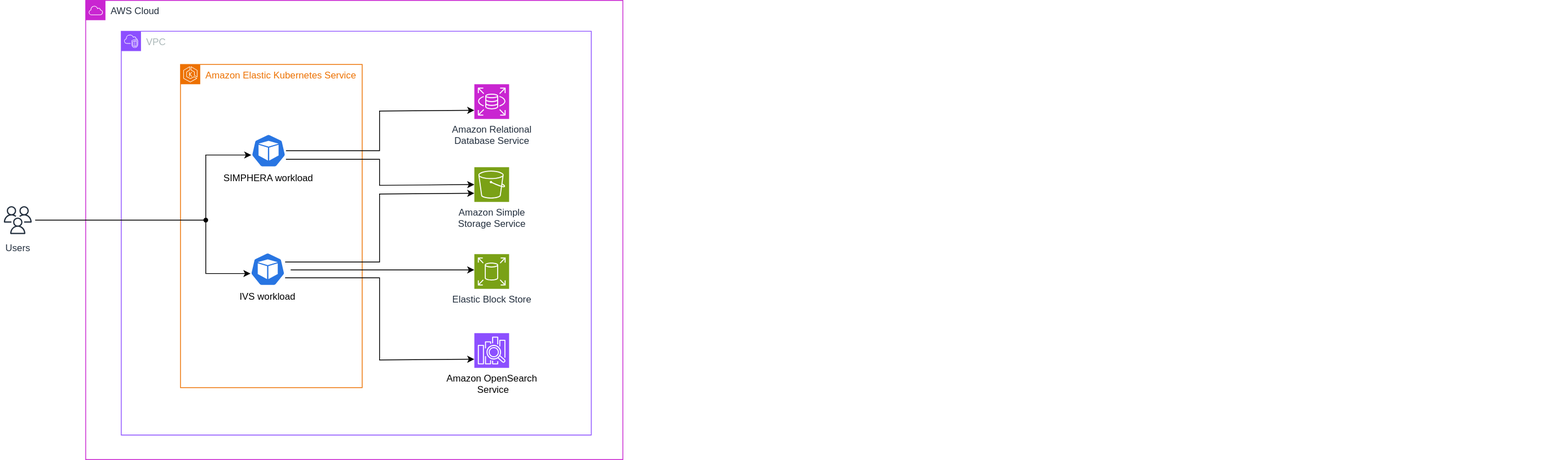
Above: AWSReferenceArchitecture.svg in dspace-group/simphera-reference-architecture-aws (draw.io), before the change. Source tidied: cells renumbered, new cells last; positions are measured from the earlier drawing's top-left corner, leaving out a move shared by most shapes.
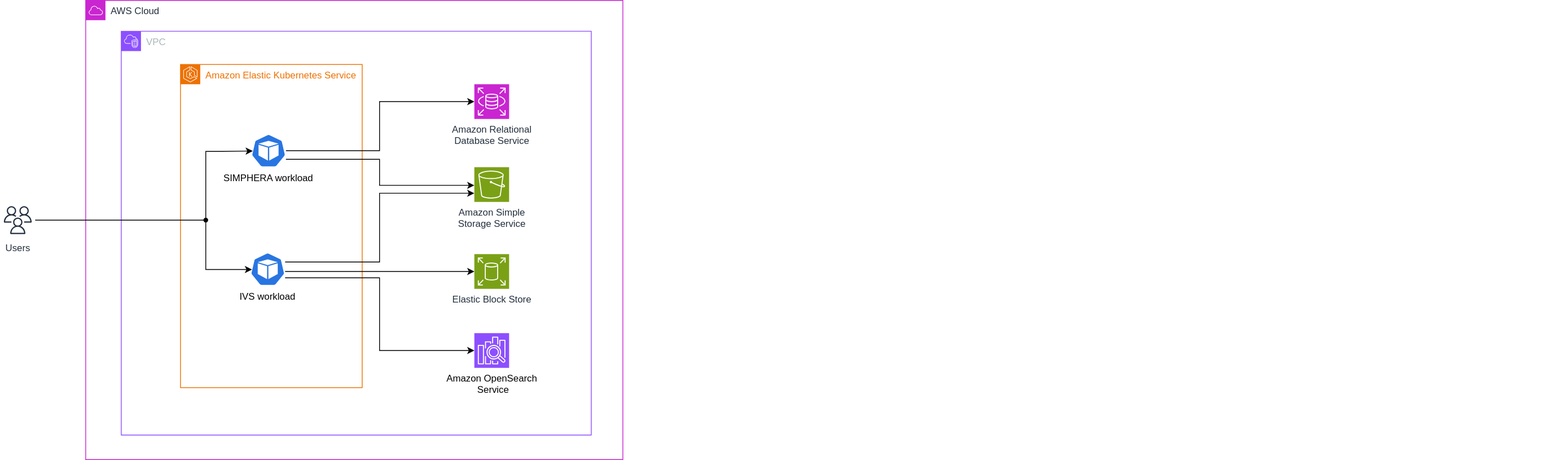
After the commit.

Diff of the diagram source:
```diff
@@ -38,40 +38,34 @@
     <mxCell id="13" value="Elastic Block Store" style="sketch=0;points=[[0,0,0],[0.25,0,0],[0.5,0,0],[0.75,0,0],[1,0,0],[0,1,0],[0.25,1,0],[0.5,1,0],[0.75,1,0],[1,1,0],[0,0.25,0],[0,0.5,0],[0,0.75,0],[1,0.25,0],[1,0.5,0],[1,0.75,0]];outlineConnect=0;fontColor=#232F3E;fillColor=#7AA116;strokeColor=#ffffff;dashed=0;verticalLabelPosition=bottom;verticalAlign=top;align=center;html=1;fontSize=12;fontStyle=0;shape=mxgraph.aws4.resourceIcon;resIcon=mxgraph.aws4.elastic_block_store;" parent="2" vertex="1">
       <mxGeometry x="492" y="321" width="44" height="44" as="geometry" />
     </mxCell>
-    <mxCell id="14" style="edgeStyle=orthogonalEdgeStyle;rounded=0;jettySize=auto;html=1;entryX=0;entryY=0.75;entryDx=0;entryDy=0;entryPerimeter=0;" parent="2" edge="1" source="12" target="9">
+    <mxCell id="14" style="edgeStyle=orthogonalEdgeStyle;rounded=0;jettySize=auto;html=1;entryX=0;entryY=0.5;entryDx=0;entryDy=0;entryPerimeter=0;" parent="2" edge="1" source="12" target="9">
       <mxGeometry relative="1" as="geometry">
         <Array as="points">
           <mxPoint x="372" y="351" />
-          <mxPoint x="372" y="455" />
+          <mxPoint x="372" y="443" />
         </Array>
       </mxGeometry>
     </mxCell>
-    <mxCell id="15" style="edgeStyle=orthogonalEdgeStyle;rounded=0;orthogonalLoop=1;jettySize=auto;html=1;entryX=0;entryY=0.5;entryDx=0;entryDy=0;entryPerimeter=0;" parent="2" edge="1">
-      <mxGeometry relative="1" as="geometry">
-        <mxPoint x="259.5" y="341" as="sourcePoint" />
-        <mxPoint x="492" y="341" as="targetPoint" />
-      </mxGeometry>
-    </mxCell>
-    <mxCell id="16" style="edgeStyle=orthogonalEdgeStyle;rounded=0;jettySize=auto;html=1;entryX=0;entryY=0.75;entryDx=0;entryDy=0;entryPerimeter=0;" parent="2" edge="1" source="12" target="8">
+    <mxCell id="16" style="edgeStyle=orthogonalEdgeStyle;rounded=0;jettySize=auto;html=1;" parent="2" edge="1" source="12" target="8">
       <mxGeometry relative="1" as="geometry">
         <Array as="points">
           <mxPoint x="372" y="331" />
-          <mxPoint x="372" y="245" />
+          <mxPoint x="372" y="244" />
         </Array>
       </mxGeometry>
     </mxCell>
     <mxCell id="17" style="shape=waypoint;sketch=0;fillStyle=solid;size=6;points=[];fillColor=none;perimeter=centerPerimeter;snapToPoint=1;" parent="2" vertex="1">
       <mxGeometry x="142" y="268" width="20" height="20" as="geometry" />
     </mxCell>
-    <mxCell id="18" style="edgeStyle=orthogonalEdgeStyle;rounded=0;jettySize=auto;html=1;entryX=0;entryY=0.75;entryDx=0;entryDy=0;entryPerimeter=0;" parent="2" edge="1" source="11" target="10">
+    <mxCell id="18" style="edgeStyle=orthogonalEdgeStyle;rounded=0;jettySize=auto;html=1;entryX=0;entryY=0.5;entryDx=0;entryDy=0;entryPerimeter=0;" parent="2" edge="1" source="11" target="10">
       <mxGeometry relative="1" as="geometry">
         <Array as="points">
-          <mxPoint x="372" y="191" />
-          <mxPoint x="372" y="140" />
+          <mxPoint x="372" y="190" />
+          <mxPoint x="372" y="128" />
         </Array>
       </mxGeometry>
     </mxCell>
-    <mxCell id="19" style="edgeStyle=orthogonalEdgeStyle;rounded=0;jettySize=auto;html=1;entryX=0;entryY=0.5;entryDx=0;entryDy=0;entryPerimeter=0;" parent="2" edge="1" source="11" target="8">
+    <mxCell id="19" style="edgeStyle=orthogonalEdgeStyle;rounded=0;jettySize=auto;html=1;" parent="2" edge="1" source="11" target="8">
       <mxGeometry relative="1" as="geometry">
         <Array as="points">
           <mxPoint x="372" y="201" />
@@ -79,20 +73,29 @@
         </Array>
       </mxGeometry>
     </mxCell>
-    <mxCell id="20" style="edgeStyle=orthogonalEdgeStyle;rounded=0;jettySize=auto;html=1;entryX=0.005;entryY=0.63;entryDx=0;entryDy=0;entryPerimeter=0;" parent="2" edge="1" source="17" target="12">
+    <mxCell id="20" style="edgeStyle=orthogonalEdgeStyle;rounded=0;jettySize=auto;html=1;entryX=0.047;entryY=0.509;entryDx=0;entryDy=0;entryPerimeter=0;" parent="2" edge="1" source="17" target="12">
       <mxGeometry relative="1" as="geometry">
         <Array as="points">
-          <mxPoint x="152" y="346" />
+          <mxPoint x="152" y="341" />
         </Array>
       </mxGeometry>
     </mxCell>
-    <mxCell id="21" style="edgeStyle=orthogonalEdgeStyle;rounded=0;jettySize=auto;html=1;entryX=0.005;entryY=0.63;entryDx=0;entryDy=0;entryPerimeter=0;" parent="2" edge="1" source="17" target="11">
+    <mxCell id="21" style="edgeStyle=orthogonalEdgeStyle;rounded=0;jettySize=auto;html=1;entryX=0.046;entryY=0.509;entryDx=0;entryDy=0;entryPerimeter=0;" parent="2" edge="1" source="17" target="11">
       <mxGeometry relative="1" as="geometry">
         <Array as="points">
-          <mxPoint x="152" y="196" />
+          <mxPoint x="152" y="191" />
+          <mxPoint x="172" y="191" />
         </Array>
       </mxGeometry>
     </mxCell>
+    <mxCell id="24" style="edgeStyle=orthogonalEdgeStyle;rounded=0;jettySize=auto;html=1;entryX=0;entryY=0.5;entryDx=0;entryDy=0;entryPerimeter=0;" parent="2" edge="1" source="12" target="13">
+      <mxGeometry relative="1" as="geometry">
+        <Array as="points">
+          <mxPoint x="312" y="343" />
+          <mxPoint x="312" y="343" />
+        </Array>
+      </mxGeometry>
+    </mxCell>
     <mxCell id="22" value="Users" style="sketch=0;outlineConnect=0;fontColor=#232F3E;gradientColor=none;strokeColor=#232F3E;fillColor=#ffffff;dashed=0;verticalLabelPosition=bottom;verticalAlign=top;align=center;html=1;fontSize=12;fontStyle=0;shape=mxgraph.aws4.resourceIcon;resIcon=mxgraph.aws4.users;" parent="1" vertex="1">
       <mxGeometry y="256" width="44" height="44" as="geometry" />
     </mxCell>
```
